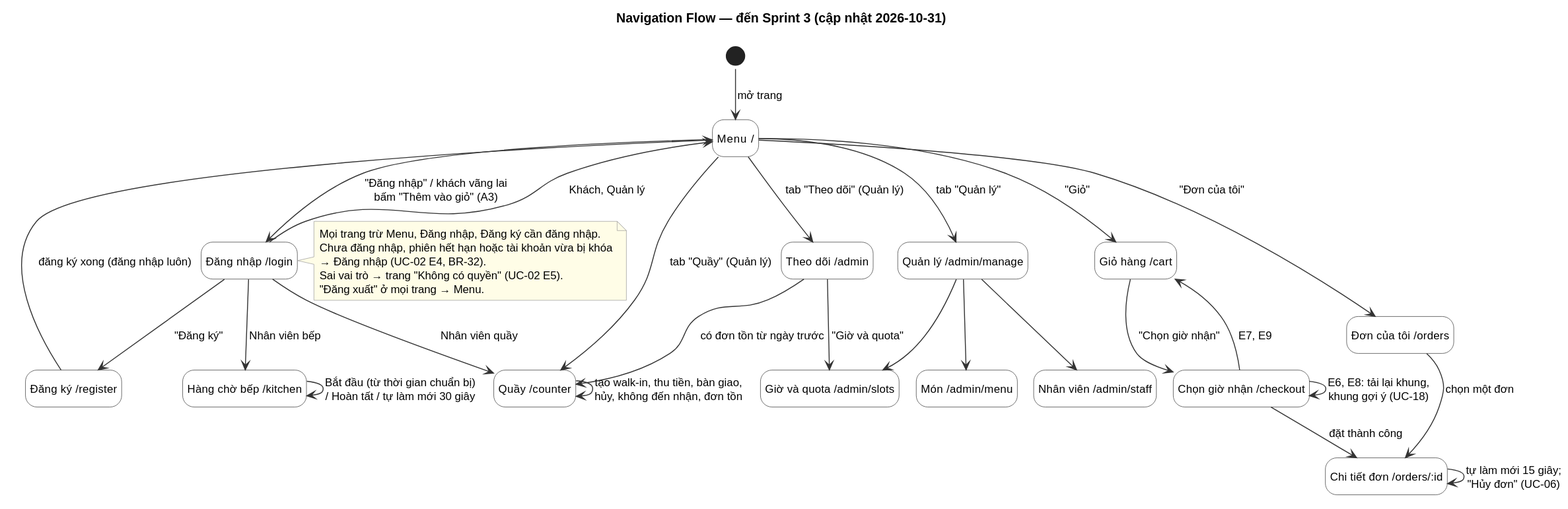
huyducnguyen0/smart-food-preorder keeps this PlantUML diagram as 01-ManagedArea/03-Design/UI-Prototype/navigation-flow.svg. Above is the earlier version.
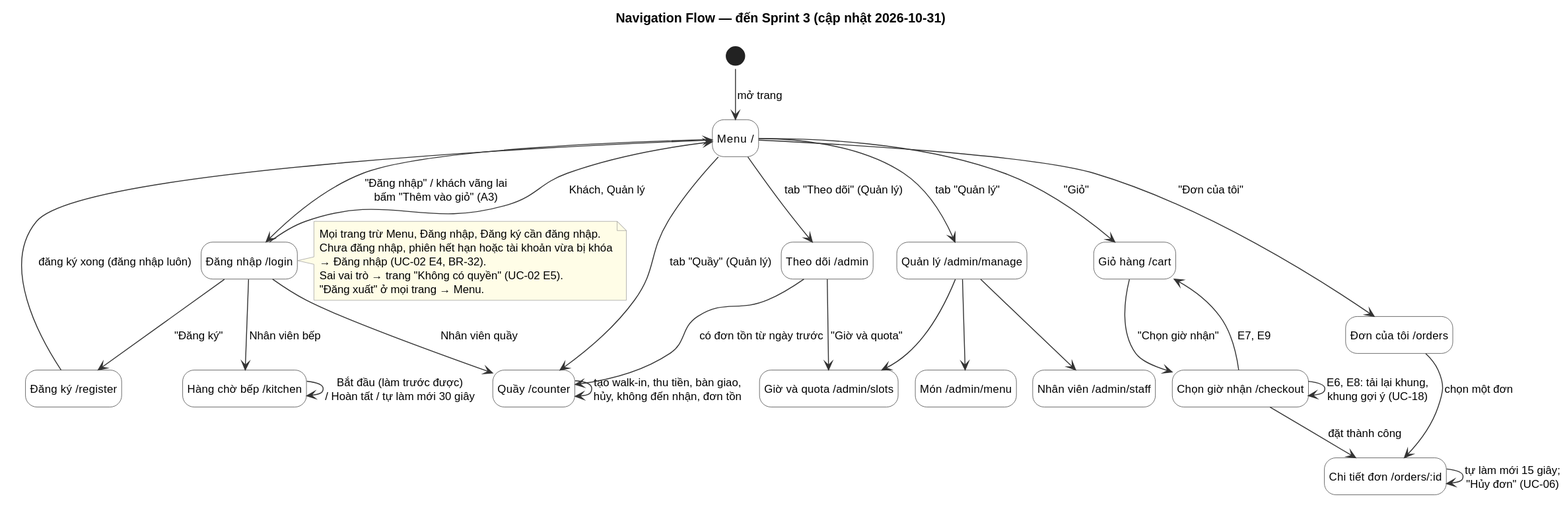
Above is the later version.

Change to the diagram source:
```diff
@@ -40,7 +40,7 @@
 MyOrders --> Detail : chọn một đơn
 Detail --> Detail : tự làm mới 15 giây;\n"Hủy đơn" (UC-06)
 
-Kitchen --> Kitchen : Bắt đầu (từ thời gian chuẩn bị)\n/ Hoàn tất / tự làm mới 30 giây
+Kitchen --> Kitchen : Bắt đầu (làm trước được)\n/ Hoàn tất / tự làm mới 30 giây
 Counter --> Counter : tạo walk-in, thu tiền, bàn giao,\nhủy, không đến nhận, đơn tồn
 
 Menu --> Dashboard : tab "Theo dõi" (Quản lý)
```
